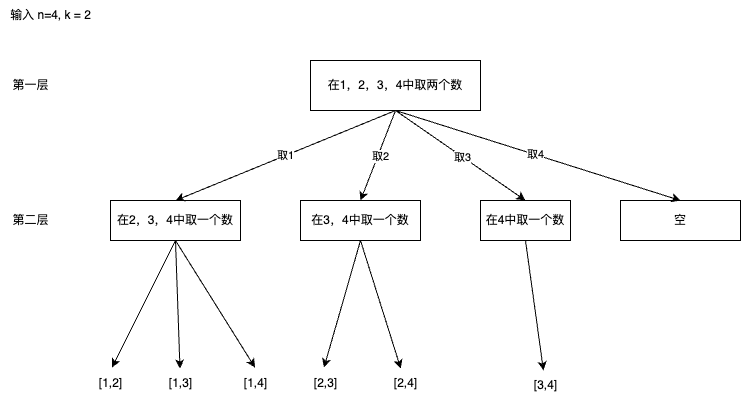
This is LeetCode/77. 组合/回溯算法-组合问题.drawio.png from qishilong/algorithm, a draw.io export, as it was before one commit. Source tidied: cells renumbered, new cells last; positions are measured from the earlier drawing's top-left corner, leaving out a move shared by most shapes.
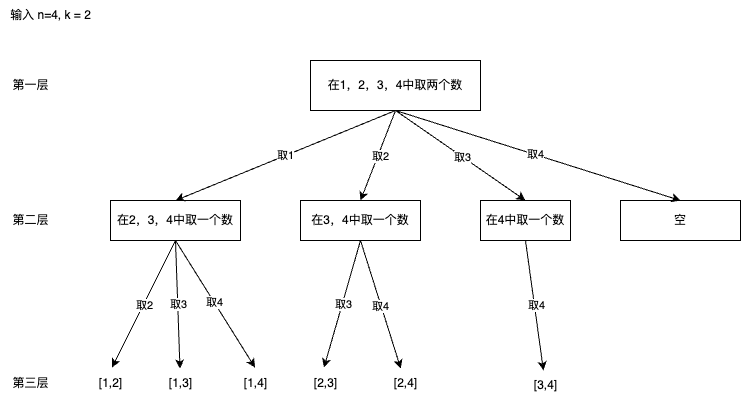
After the change.

Commit message:
更新回溯算法-组合问题.drawio.png

Change to the diagram source:
```diff
@@ -71,20 +71,41 @@
     <mxCell id="24" style="endArrow=classic;html=1;rounded=0;entryX=0.53;entryY=-0.033;entryDx=0;entryDy=0;entryPerimeter=0;exitX=0.5;exitY=1;exitDx=0;exitDy=0;" parent="1" edge="1" source="5" target="18">
       <mxGeometry relative="1" as="geometry" />
     </mxCell>
+    <mxCell id="30" value="取2" style="edgeLabel;html=1;align=center;verticalAlign=middle;" parent="24" vertex="1">
+      <mxGeometry x="0.02" y="1" relative="1" as="geometry" />
+    </mxCell>
     <mxCell id="25" style="endArrow=classic;html=1;rounded=0;exitX=0.5;exitY=1;exitDx=0;exitDy=0;" parent="1" edge="1" source="5" target="19">
       <mxGeometry relative="1" as="geometry" />
     </mxCell>
+    <mxCell id="31" value="取3" style="edgeLabel;html=1;align=center;verticalAlign=middle;" parent="25" vertex="1">
+      <mxGeometry relative="1" as="geometry" />
+    </mxCell>
     <mxCell id="26" style="endArrow=classic;html=1;rounded=0;exitX=0.5;exitY=1;exitDx=0;exitDy=0;entryX=0.49;entryY=-0.033;entryDx=0;entryDy=0;entryPerimeter=0;" parent="1" edge="1" source="5" target="20">
       <mxGeometry relative="1" as="geometry" />
     </mxCell>
+    <mxCell id="32" value="取4" style="edgeLabel;html=1;align=center;verticalAlign=middle;" parent="26" vertex="1">
+      <mxGeometry x="-0.03" relative="1" as="geometry" />
+    </mxCell>
     <mxCell id="27" style="endArrow=classic;html=1;rounded=0;exitX=0.5;exitY=1;exitDx=0;exitDy=0;entryX=0.47;entryY=-0.033;entryDx=0;entryDy=0;entryPerimeter=0;" parent="1" edge="1" source="6" target="21">
       <mxGeometry relative="1" as="geometry" />
     </mxCell>
+    <mxCell id="33" value="取3" style="edgeLabel;html=1;align=center;verticalAlign=middle;" parent="27" vertex="1">
+      <mxGeometry y="1" relative="1" as="geometry" />
+    </mxCell>
     <mxCell id="28" style="endArrow=classic;html=1;rounded=0;exitX=0.5;exitY=1;exitDx=0;exitDy=0;" parent="1" edge="1" source="6" target="22">
       <mxGeometry relative="1" as="geometry" />
     </mxCell>
+    <mxCell id="34" value="取4" style="edgeLabel;html=1;align=center;verticalAlign=middle;" parent="28" vertex="1">
+      <mxGeometry x="0.01" y="-1" relative="1" as="geometry" />
+    </mxCell>
     <mxCell id="29" style="endArrow=classic;html=1;rounded=0;exitX=0.5;exitY=1;exitDx=0;exitDy=0;" parent="1" edge="1" source="7" target="23">
       <mxGeometry relative="1" as="geometry" />
     </mxCell>
+    <mxCell id="35" value="取4" style="edgeLabel;html=1;align=center;verticalAlign=middle;" parent="29" vertex="1">
+      <mxGeometry x="-0.01" y="2" relative="1" as="geometry" />
+    </mxCell>
+    <mxCell id="36" value="第三层" style="text;html=1;align=center;verticalAlign=middle;strokeColor=none;fillColor=none;" parent="1" vertex="1">
+      <mxGeometry y="368" width="60" height="30" as="geometry" />
+    </mxCell>
   </root>
 </mxGraphModel>
```
